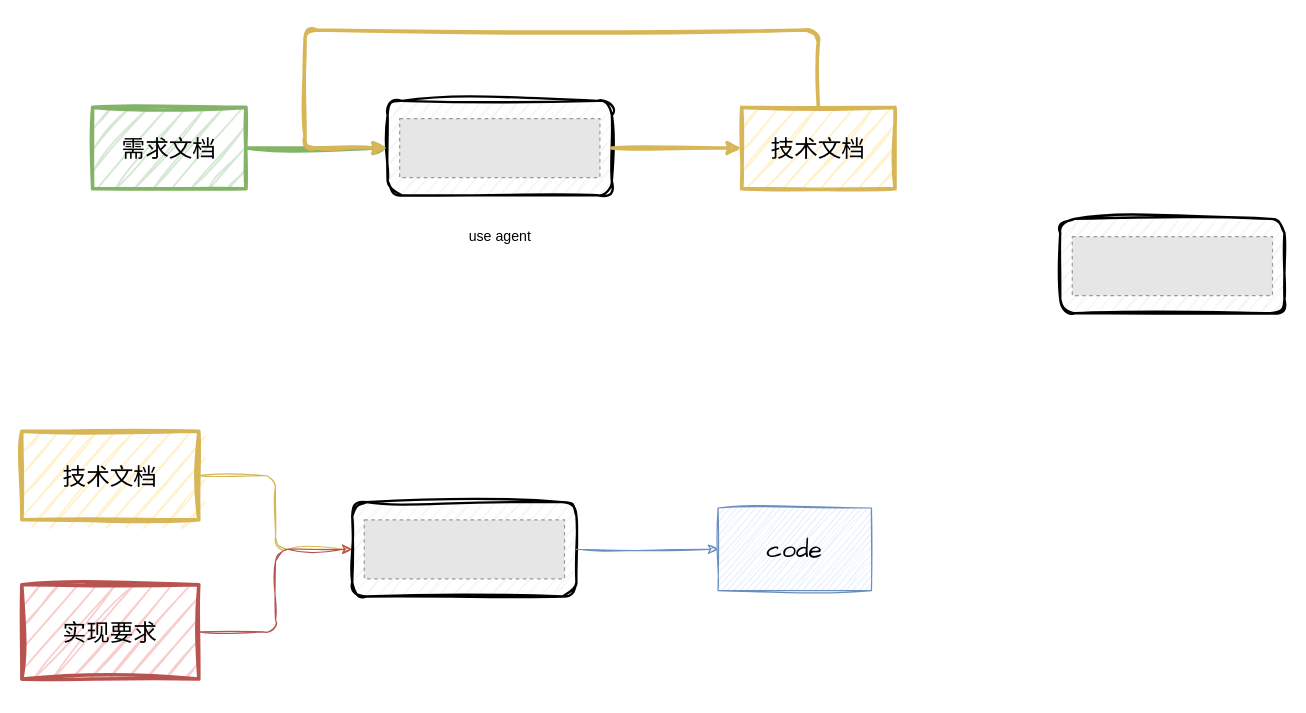
The draw.io diagram SSJJ2/CursorAI相关.drawio in Ordertiny/graph, before the edit. Source tidied: cells renumbered, new cells numbered last; positions are measured from the earlier drawing's top-left corner, leaving out a move shared by most shapes. Both pictures are drawn from the tidied source at 118%, with x=0, y=0 at pixel (21, 30). Pictures stored in the file or linked from it are replaced by grey dashed boxes.
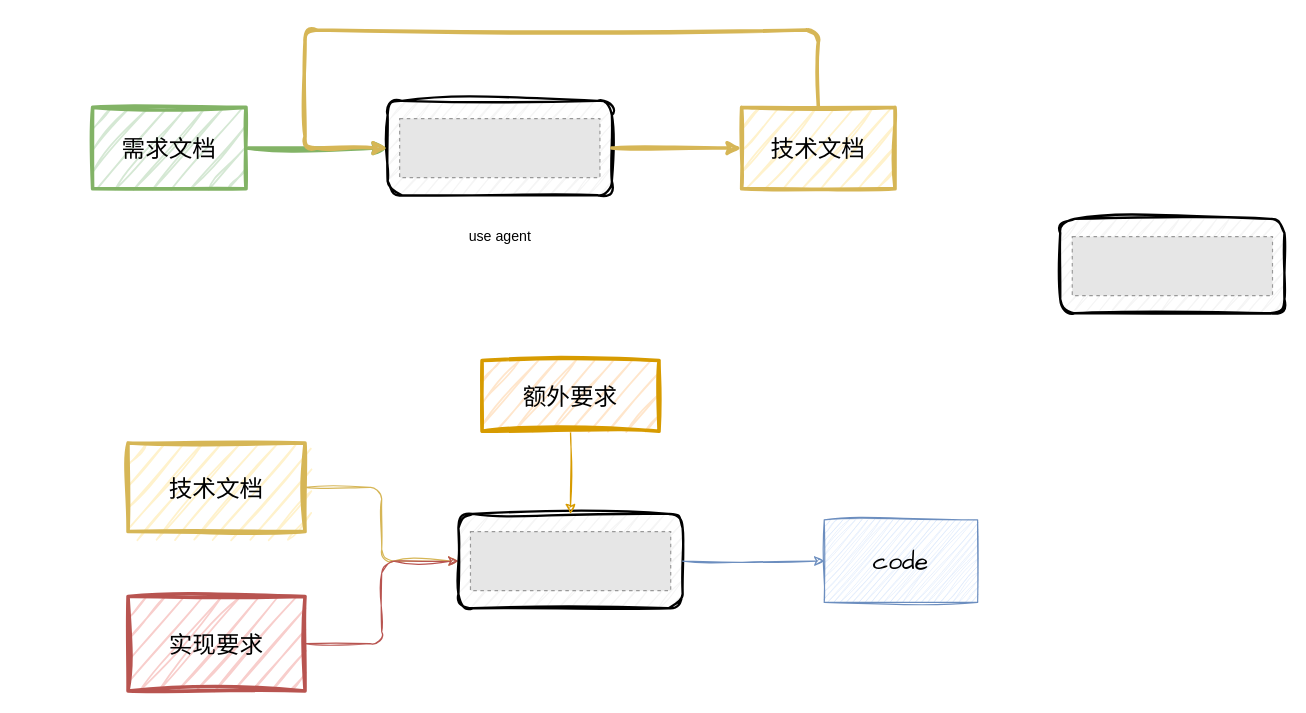
After the change.

Unchanged cells that the change refers to:
```xml
<mxCell id="15" style="rounded=1;whiteSpace=wrap;html=1;fillColor=light-dark(#f5f5f5, #ededed);strokeWidth=2;shadow=0;sketch=1;curveFitting=1;jiggle=2;glass=0;" parent="14" vertex="1">
  <mxGeometry width="190" height="80" as="geometry" />
</mxCell>
```

Diff of the diagram source:
```diff
@@
     <mxCell id="11" value="&lt;font style=&quot;font-size: 20px;&quot;&gt;技术文档&lt;/font&gt;" style="rounded=0;whiteSpace=wrap;html=1;glass=0;sketch=1;curveFitting=1;jiggle=2;fillColor=#fff2cc;strokeColor=#d6b656;fontSize=15;fontFamily=Times New Roman;strokeWidth=3;" parent="1" vertex="1">
-      <mxGeometry y="340" width="150" height="75" as="geometry" />
+      <mxGeometry x="90" y="350" width="150" height="75" as="geometry" />
     </mxCell>
@@
     <mxCell id="13" value="&lt;span style=&quot;font-size: 20px;&quot;&gt;实现要求&lt;/span&gt;" style="rounded=0;whiteSpace=wrap;html=1;glass=0;sketch=1;curveFitting=1;jiggle=2;fillColor=#f8cecc;strokeColor=#b85450;fontSize=15;fontFamily=Times New Roman;strokeWidth=3;" parent="1" vertex="1">
-      <mxGeometry y="470" width="150" height="80" as="geometry" />
+      <mxGeometry x="90" y="480" width="150" height="80" as="geometry" />
     </mxCell>
     <mxCell id="14" style="group;" parent="1" vertex="1">
-      <mxGeometry x="280" y="400" width="190" height="80" as="geometry" />
+      <mxGeometry x="370" y="410" width="190" height="80" as="geometry" />
     </mxCell>
@@
     <mxCell id="20" value="&lt;font style=&quot;font-size: 21px;&quot; face=&quot;Comic Sans MS&quot;&gt;code&lt;/font&gt;" style="rounded=0;whiteSpace=wrap;html=1;fillColor=#dae8fc;strokeColor=#6c8ebf;sketch=1;curveFitting=1;jiggle=2;" parent="1" vertex="1">
-      <mxGeometry x="590" y="405" width="130" height="70" as="geometry" />
+      <mxGeometry x="680" y="415" width="130" height="70" as="geometry" />
     </mxCell>
@@
+    <mxCell id="22" style="edgeStyle=orthogonalEdgeStyle;rounded=1;jettySize=auto;html=1;exitX=0.5;exitY=1;exitDx=0;exitDy=0;fillColor=#ffe6cc;strokeColor=#d79b00;strokeWidth=1;curved=0;sketch=1;curveFitting=1;jiggle=2;" parent="1" edge="1" source="23" target="15">
+      <mxGeometry relative="1" as="geometry" />
+    </mxCell>
+    <mxCell id="23" value="&lt;span style=&quot;font-size: 20px;&quot;&gt;额外要求&lt;/span&gt;" style="rounded=0;whiteSpace=wrap;html=1;glass=0;sketch=1;curveFitting=1;jiggle=2;fillColor=#ffe6cc;strokeColor=#d79b00;fontSize=15;fontFamily=Times New Roman;strokeWidth=3;" parent="1" vertex="1">
+      <mxGeometry x="390" y="280" width="150" height="60" as="geometry" />
+    </mxCell>
```
